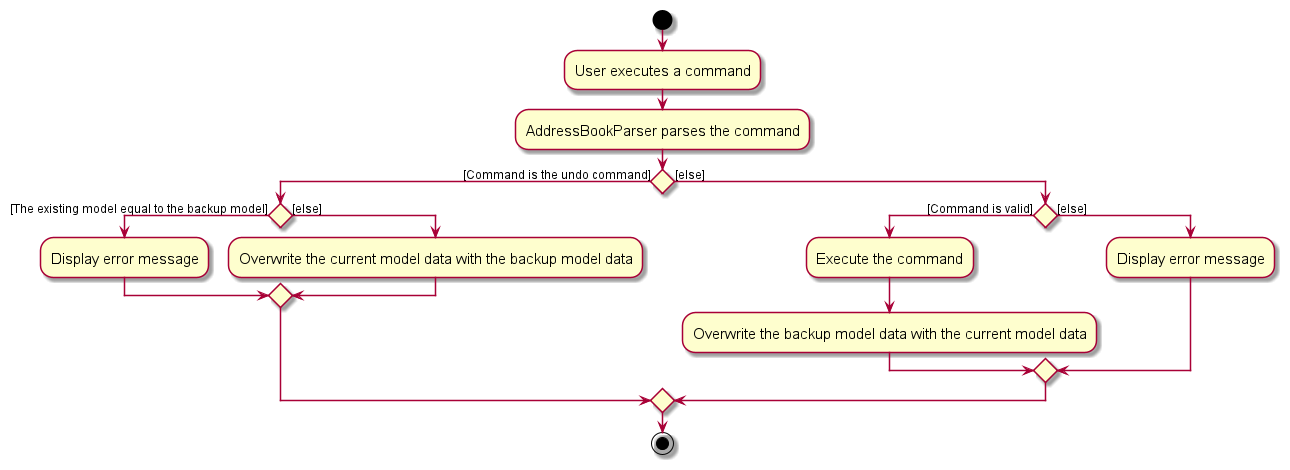
Earlier version of the PlantUML export docs/images/UndoActivityDiagram.png (nus-cs2103-AY2324S1/tp).
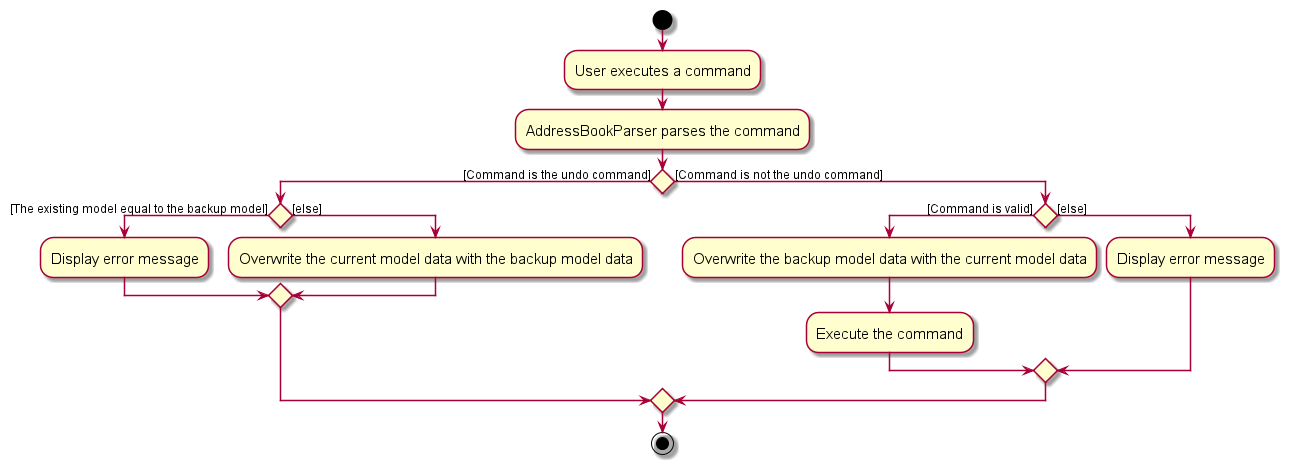
The same file after the commit.

Diff of the diagram source:
```diff
@@ -15,10 +15,10 @@
 
   endif
 
-else ([else])
+else ([Command is not the undo command])
   if() then ([Command is valid])
+    :Overwrite the backup model data with the current model data;
     :Execute the command;
-    :Overwrite the backup model data with the current model data;
   else ([else])
     :Display error message;
   endif
```
